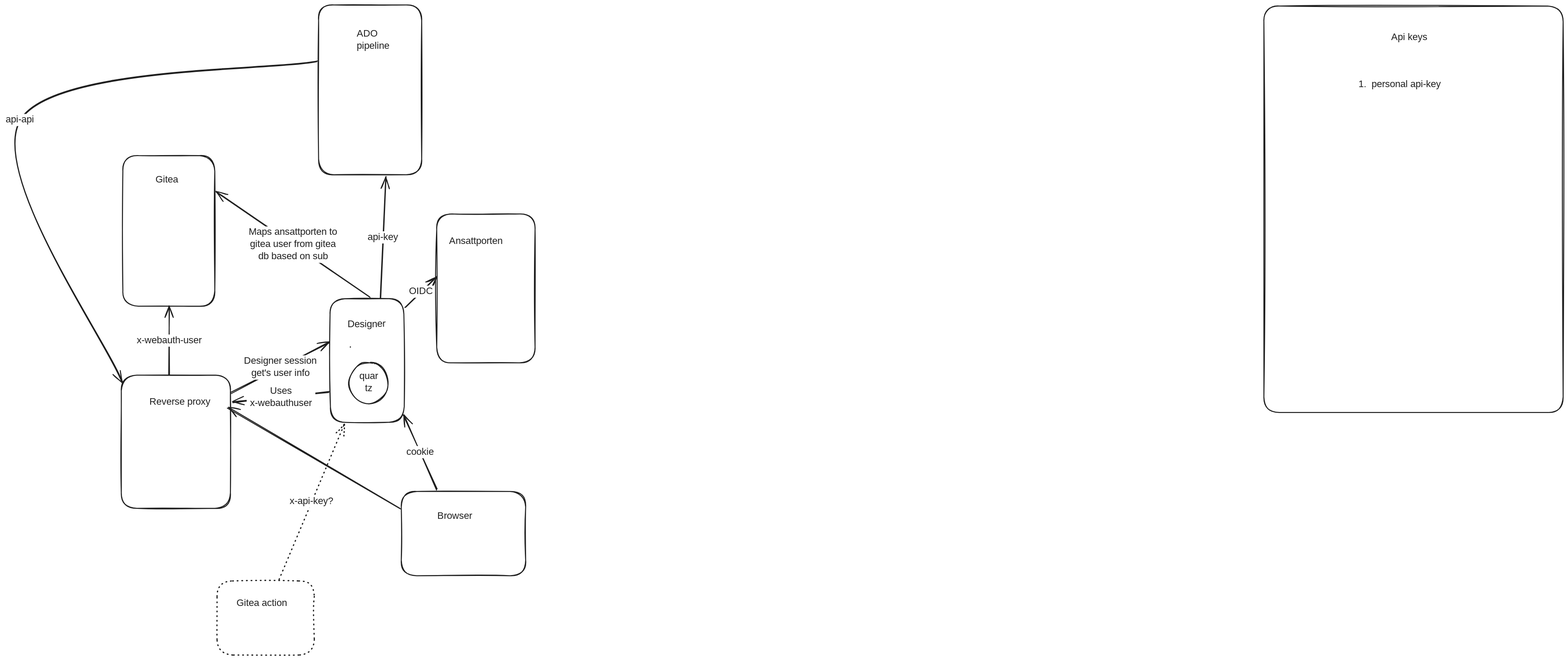
Earlier version of the Excalidraw export docs/diagrams/proxy-architecture.excalidraw.svg (Altinn/altinn-studio). Source tidied: one line per element, renumbered; positions are measured from the earlier drawing's top-left corner, leaving out a move shared by most shapes.
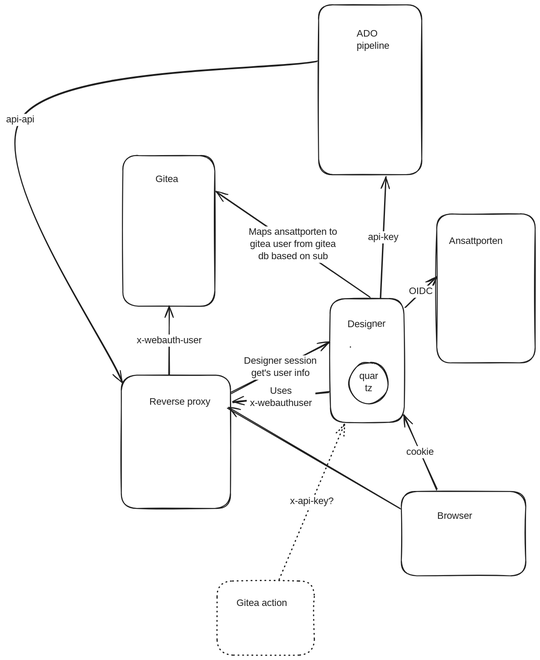
After the change.

What changed in the source:
```diff
@@ -34,6 +34,3 @@
 {"id": 33, "type": "text", "text": "api-api", "strokeColor": "#1e1e1e", "strokeWidth": 2, "roughness": 1, "fontSize": 20, "fontFamily": 5, "textAlign": "center", "verticalAlign": "middle", "inside": 32, "x": 0, "y": 224, "width": 62, "height": 25}
 {"id": 34, "type": "arrow", "strokeColor": "#1e1e1e", "strokeWidth": 2, "roughness": 1, "endArrowhead": "arrow", "round": true, "from": 0, "to": 15, "x": 668, "y": 797, "width": 199, "height": 22, "points": [[0, 0], [-199, 22]]}
 {"id": 35, "type": "text", "text": "Uses\nx-webauthuser", "strokeColor": "#1e1e1e", "strokeWidth": 2, "roughness": 1, "fontSize": 20, "fontFamily": 5, "textAlign": "center", "verticalAlign": "middle", "inside": 34, "x": 498, "y": 783, "width": 141, "height": 50}
-{"id": 36, "type": "rectangle", "strokeColor": "#1e1e1e", "strokeWidth": 2, "roughness": 1, "round": true, "x": 2592, "y": 2, "width": 616, "height": 837}
-{"id": 37, "type": "text", "text": "Api keys\n", "strokeColor": "#1e1e1e", "strokeWidth": 2, "roughness": 1, "fontSize": 20, "fontFamily": 5, "x": 2855, "y": 55, "width": 80, "height": 50}
-{"id": 38, "type": "text", "text": "1.  personal api-key", "strokeColor": "#1e1e1e", "strokeWidth": 2, "roughness": 1, "fontSize": 20, "fontFamily": 5, "x": 2787, "y": 151, "width": 184, "height": 25}
```
